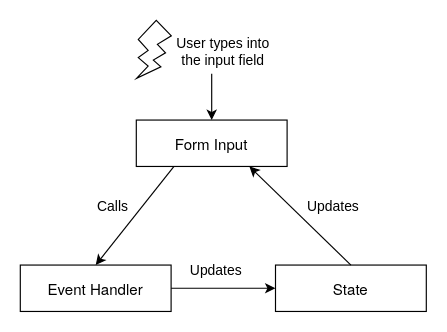
panzerdp/dmitripavlutin.com keeps this draw.io diagram as posts/099-react-controlled/diagrams/diagram.drawio. Above is the earlier version. Source tidied: cells renumbered, new cells numbered last; positions are measured from the earlier drawing's top-left corner, leaving out a move shared by most shapes. Both pictures are drawn from the tidied source at 116%, with x=0, y=0 at pixel (20, 20).
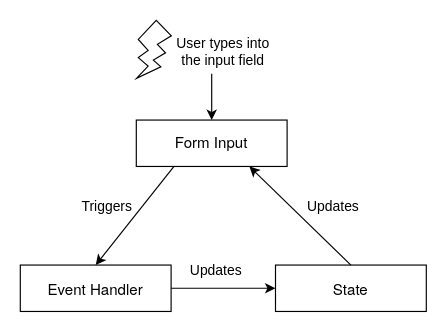
After the change.

The edit, as a diff of the source:
```diff
@@
 <mxGraphModel>
   <root>
     <mxCell id="0" />
     <mxCell id="1" parent="0" />
     <mxCell id="2" style="rounded=0;whiteSpace=wrap;html=1;" parent="1" vertex="1">
       <mxGeometry x="220" y="211" width="130" height="40" as="geometry" />
     </mxCell>
     <mxCell id="3" value="&lt;p style=&quot;margin: 0px; font-variant-numeric: normal; font-variant-east-asian: normal; font-stretch: normal; font-size: 13px; line-height: normal; font-family: &amp;quot;Helvetica Neue&amp;quot;; text-align: start;&quot; class=&quot;p1&quot;&gt;State&lt;/p&gt;" style="text;html=1;strokeColor=none;fillColor=none;align=center;verticalAlign=middle;whiteSpace=wrap;rounded=0;fontSize=12;fontFamily=Helvetica;" parent="1" vertex="1">
       <mxGeometry x="248.2" y="216" width="73.5" height="30" as="geometry" />
     </mxCell>
     <mxCell id="4" style="rounded=0;whiteSpace=wrap;html=1;" parent="1" vertex="1">
       <mxGeometry x="100" y="86" width="130" height="40" as="geometry" />
     </mxCell>
     <mxCell id="5" value="&lt;p style=&quot;margin: 0px; font-variant-numeric: normal; font-variant-east-asian: normal; font-stretch: normal; font-size: 13px; line-height: normal; font-family: &amp;quot;Helvetica Neue&amp;quot;; text-align: start;&quot; class=&quot;p1&quot;&gt;Form Input&lt;/p&gt;" style="text;html=1;strokeColor=none;fillColor=none;align=center;verticalAlign=middle;whiteSpace=wrap;rounded=0;fontSize=12;fontFamily=Helvetica;" parent="1" vertex="1">
-      <mxGeometry x="128.2" y="91" width="73.5" height="30" as="geometry" />
+      <mxGeometry x="128.2" y="90" width="73.5" height="30" as="geometry" />
     </mxCell>
     <mxCell id="6" style="rounded=0;whiteSpace=wrap;html=1;" parent="1" vertex="1">
       <mxGeometry y="211" width="130" height="40" as="geometry" />
     </mxCell>
     <mxCell id="7" value="&lt;p style=&quot;margin: 0px; font-variant-numeric: normal; font-variant-east-asian: normal; font-stretch: normal; font-size: 13px; line-height: normal; font-family: &amp;quot;Helvetica Neue&amp;quot;; text-align: start;&quot; class=&quot;p1&quot;&gt;Event Handler&lt;/p&gt;" style="text;html=1;strokeColor=none;fillColor=none;align=center;verticalAlign=middle;whiteSpace=wrap;rounded=0;fontSize=12;fontFamily=Helvetica;" parent="1" vertex="1">
       <mxGeometry x="19.1" y="216" width="91.8" height="30" as="geometry" />
     </mxCell>
     <mxCell id="8" style="endArrow=classic;html=1;exitX=0.25;exitY=1;exitDx=0;exitDy=0;entryX=0.5;entryY=0;entryDx=0;entryDy=0;" parent="1" edge="1" source="4" target="6">
       <mxGeometry relative="1" as="geometry" />
     </mxCell>
     <mxCell id="9" style="endArrow=classic;html=1;exitX=1;exitY=0.5;exitDx=0;exitDy=0;entryX=0;entryY=0.5;entryDx=0;entryDy=0;" parent="1" edge="1" source="6" target="2">
       <mxGeometry relative="1" as="geometry" />
     </mxCell>
     <mxCell id="10" style="endArrow=classic;html=1;entryX=0.75;entryY=1;entryDx=0;entryDy=0;exitX=0.5;exitY=0;exitDx=0;exitDy=0;" parent="1" edge="1" source="2" target="4">
       <mxGeometry relative="1" as="geometry" />
     </mxCell>
-    <mxCell id="11" value="Calls" style="text;html=1;strokeColor=none;fillColor=none;align=center;verticalAlign=middle;whiteSpace=wrap;rounded=0;" parent="1" vertex="1">
-      <mxGeometry x="49.9" y="146" width="60" height="30" as="geometry" />
+    <mxCell id="11" value="Triggers" style="text;html=1;strokeColor=none;fillColor=none;align=center;verticalAlign=middle;whiteSpace=wrap;rounded=0;" parent="1" vertex="1">
+      <mxGeometry x="44.9" y="146" width="60" height="30" as="geometry" />
     </mxCell>
     <mxCell id="12" value="Updates" style="text;html=1;strokeColor=none;fillColor=none;align=center;verticalAlign=middle;whiteSpace=wrap;rounded=0;" parent="1" vertex="1">
       <mxGeometry x="139" y="201" width="60" height="30" as="geometry" />
     </mxCell>
     <mxCell id="13" value="Updates" style="text;html=1;strokeColor=none;fillColor=none;align=center;verticalAlign=middle;whiteSpace=wrap;rounded=0;" parent="1" vertex="1">
       <mxGeometry x="240" y="146" width="60" height="30" as="geometry" />
     </mxCell>
     <mxCell id="14" style="verticalLabelPosition=bottom;verticalAlign=top;html=1;shape=mxgraph.basic.flash;" parent="1" vertex="1">
       <mxGeometry x="100.2" width="30" height="50" as="geometry" />
     </mxCell>
     <mxCell id="15" value="User types into the input field" style="text;html=1;strokeColor=none;fillColor=none;align=center;verticalAlign=middle;whiteSpace=wrap;rounded=0;" parent="1" vertex="1">
       <mxGeometry x="125" y="12" width="100" height="30" as="geometry" />
     </mxCell>
     <mxCell id="16" style="endArrow=classic;html=1;entryX=0.5;entryY=0;entryDx=0;entryDy=0;" parent="1" edge="1" target="4">
       <mxGeometry relative="1" as="geometry">
         <mxPoint x="165" y="46" as="sourcePoint" />
       </mxGeometry>
     </mxCell>
   </root>
 </mxGraphModel>
```
